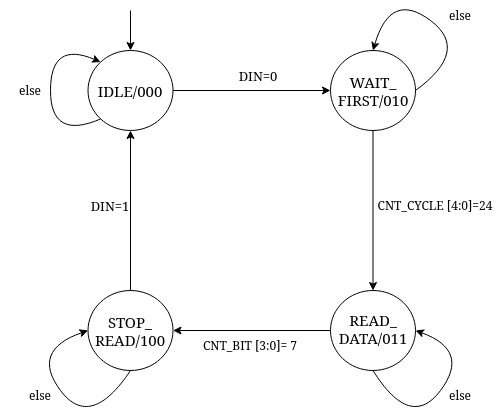
This is INC - Digital Systems Design/assets/fsm.png from lasjdhu/university-projects, a draw.io export, as it was before one commit. Source tidied: cells renumbered, new cells last; positions are measured from the earlier drawing's top-left corner, leaving out a move shared by most shapes.
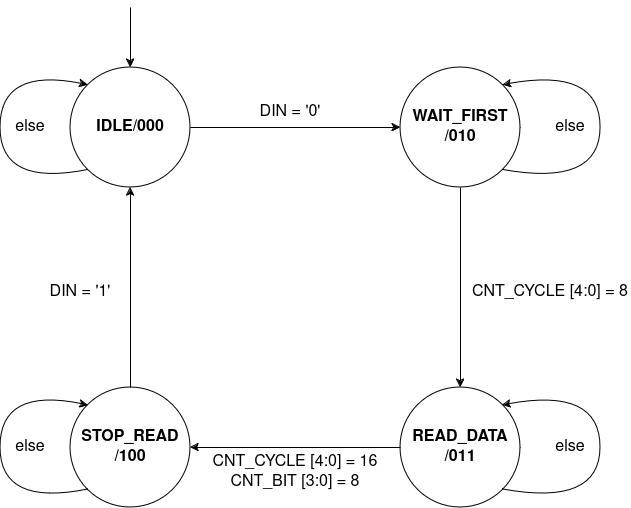
The same diagram one commit later.

Change to the diagram source:
```diff
@@ -1,104 +1,109 @@
-<mxGraphModel background="#ffffff">
+<mxGraphModel>
   <root>
     <mxCell id="0" />
     <mxCell id="1" parent="0" />
-    <mxCell id="2" style="ellipse;whiteSpace=wrap;html=1;" parent="1" vertex="1">
-      <mxGeometry x="87.5" y="60" width="85" height="80" as="geometry" />
-    </mxCell>
+    <mxCell id="27" style="ellipse;whiteSpace=wrap;html=1;" parent="1" vertex="1">
+      <mxGeometry x="80" y="40" width="120" height="120" as="geometry" />
+    </mxCell>
-    <mxCell id="3" value="&lt;font style=&quot;font-size: 15px;&quot;&gt;IDLE/000&lt;/font&gt;" style="text;html=1;strokeColor=none;fillColor=none;align=center;verticalAlign=middle;whiteSpace=wrap;rounded=0;" parent="1" vertex="1">
-      <mxGeometry x="100" y="85" width="60" height="30" as="geometry" />
+    <mxCell id="3" value="&lt;font style=&quot;font-size: 16px;&quot;&gt;&lt;b&gt;IDLE/000&lt;/b&gt;&lt;/font&gt;" style="text;html=1;align=center;verticalAlign=middle;whiteSpace=wrap;rounded=0;" parent="1" vertex="1">
+      <mxGeometry x="100" y="85" width="80" height="30" as="geometry" />
     </mxCell>
-    <mxCell id="4" style="endArrow=classic;html=1;rounded=0;entryX=0.5;entryY=0;entryDx=0;entryDy=0;" parent="1" edge="1" target="2">
-      <mxGeometry relative="1" as="geometry">
-        <mxPoint x="130" y="20" as="sourcePoint" />
-      </mxGeometry>
-    </mxCell>
-    <mxCell id="5" style="endArrow=classic;html=1;rounded=0;exitX=1;exitY=0.5;exitDx=0;exitDy=0;entryX=0;entryY=0.5;entryDx=0;entryDy=0;" parent="1" edge="1" source="2" target="7">
-      <mxGeometry relative="1" as="geometry" />
-    </mxCell>
-    <mxCell id="6" style="edgeStyle=orthogonalEdgeStyle;rounded=0;jettySize=auto;html=1;exitX=0.5;exitY=1;exitDx=0;exitDy=0;entryX=0.5;entryY=0;entryDx=0;entryDy=0;" parent="1" edge="1" source="7" target="11">
-      <mxGeometry relative="1" as="geometry" />
-    </mxCell>
-    <mxCell id="7" style="ellipse;whiteSpace=wrap;html=1;" parent="1" vertex="1">
-      <mxGeometry x="330" y="60" width="85" height="80" as="geometry" />
-    </mxCell>
-    <mxCell id="8" value="&lt;font style=&quot;font-size: 15px;&quot;&gt;WAIT_&lt;br&gt;&lt;/font&gt;&lt;div style=&quot;font-size: 15px;&quot;&gt;&lt;font style=&quot;font-size: 15px;&quot;&gt;FIRST/010&lt;/font&gt;&lt;/div&gt;" style="text;html=1;strokeColor=none;fillColor=none;align=center;verticalAlign=middle;whiteSpace=wrap;rounded=0;" parent="1" vertex="1">
-      <mxGeometry x="342.5" y="85" width="60" height="30" as="geometry" />
-    </mxCell>
-    <mxCell id="9" value="&lt;font style=&quot;font-size: 13px;&quot;&gt;DIN=0&lt;/font&gt;" style="text;html=1;strokeColor=none;fillColor=none;align=center;verticalAlign=middle;whiteSpace=wrap;rounded=0;" parent="1" vertex="1">
-      <mxGeometry x="172.5" y="70" width="170" height="30" as="geometry" />
-    </mxCell>
-    <mxCell id="10" style="edgeStyle=orthogonalEdgeStyle;rounded=0;jettySize=auto;html=1;exitX=0;exitY=0.5;exitDx=0;exitDy=0;entryX=1;entryY=0.5;entryDx=0;entryDy=0;" parent="1" edge="1" source="11" target="14">
-      <mxGeometry relative="1" as="geometry" />
-    </mxCell>
-    <mxCell id="11" style="ellipse;whiteSpace=wrap;html=1;" parent="1" vertex="1">
-      <mxGeometry x="330" y="300" width="85" height="80" as="geometry" />
-    </mxCell>
-    <mxCell id="12" value="&lt;div&gt;&lt;font style=&quot;font-size: 15px;&quot;&gt;READ_&lt;/font&gt;&lt;/div&gt;&lt;div&gt;&lt;font style=&quot;font-size: 15px;&quot;&gt;DATA/011&lt;/font&gt;&lt;/div&gt;" style="text;html=1;strokeColor=none;fillColor=none;align=center;verticalAlign=middle;whiteSpace=wrap;rounded=0;" parent="1" vertex="1">
-      <mxGeometry x="342.5" y="320" width="60" height="35" as="geometry" />
-    </mxCell>
-    <mxCell id="13" style="edgeStyle=orthogonalEdgeStyle;rounded=0;jettySize=auto;html=1;exitX=0.5;exitY=0;exitDx=0;exitDy=0;entryX=0.5;entryY=1;entryDx=0;entryDy=0;" parent="1" edge="1" source="14" target="2">
-      <mxGeometry relative="1" as="geometry" />
-    </mxCell>
-    <mxCell id="14" style="ellipse;whiteSpace=wrap;html=1;" parent="1" vertex="1">
-      <mxGeometry x="87.5" y="300" width="85" height="80" as="geometry" />
-    </mxCell>
-    <mxCell id="15" value="&lt;div&gt;&lt;font style=&quot;font-size: 15px;&quot;&gt;STOP_&lt;/font&gt;&lt;/div&gt;&lt;div&gt;&lt;font style=&quot;font-size: 15px;&quot;&gt;READ/100&lt;/font&gt;&lt;/div&gt;" style="text;html=1;strokeColor=none;fillColor=none;align=center;verticalAlign=middle;whiteSpace=wrap;rounded=0;" parent="1" vertex="1">
-      <mxGeometry x="100" y="325" width="60" height="30" as="geometry" />
-    </mxCell>
-    <mxCell id="16" value="&lt;font style=&quot;font-size: 13px;&quot;&gt;DIN=1&lt;/font&gt;" style="text;html=1;strokeColor=none;fillColor=none;align=center;verticalAlign=middle;whiteSpace=wrap;rounded=0;" parent="1" vertex="1">
-      <mxGeometry x="90" y="200" width="40" height="30" as="geometry" />
-    </mxCell>
-    <mxCell id="17" style="curved=1;endArrow=classic;html=1;rounded=0;exitX=1;exitY=0.5;exitDx=0;exitDy=0;entryX=0.5;entryY=0;entryDx=0;entryDy=0;" parent="1" edge="1" source="7" target="7">
-      <mxGeometry relative="1" as="geometry">
-        <Array as="points">
-          <mxPoint x="470" y="60" />
-          <mxPoint x="390" />
-        </Array>
-      </mxGeometry>
-    </mxCell>
-    <mxCell id="18" style="curved=1;endArrow=classic;html=1;rounded=0;exitX=0.5;exitY=1;exitDx=0;exitDy=0;entryX=1;entryY=0.5;entryDx=0;entryDy=0;" parent="1" edge="1" source="11" target="11">
-      <mxGeometry relative="1" as="geometry">
-        <Array as="points">
-          <mxPoint x="410" y="440" />
-          <mxPoint x="470" y="360" />
-        </Array>
-      </mxGeometry>
-    </mxCell>
-    <mxCell id="19" style="curved=1;endArrow=classic;html=1;rounded=0;exitX=0;exitY=1;exitDx=0;exitDy=0;entryX=0;entryY=0;entryDx=0;entryDy=0;" parent="1" edge="1" source="2" target="2">
-      <mxGeometry relative="1" as="geometry">
-        <Array as="points">
-          <mxPoint x="50" y="150" />
-          <mxPoint x="50" y="50" />
-        </Array>
-      </mxGeometry>
-    </mxCell>
-    <mxCell id="20" style="curved=1;endArrow=classic;html=1;rounded=0;entryX=0;entryY=0.5;entryDx=0;entryDy=0;" parent="1" edge="1" target="14">
-      <mxGeometry relative="1" as="geometry">
-        <mxPoint x="130" y="380" as="sourcePoint" />
-        <Array as="points">
-          <mxPoint x="90" y="440" />
-          <mxPoint x="30" y="360" />
-        </Array>
-      </mxGeometry>
-    </mxCell>
-    <mxCell id="21" value="else" style="text;html=1;strokeColor=none;fillColor=none;align=center;verticalAlign=middle;whiteSpace=wrap;rounded=0;" parent="1" vertex="1">
-      <mxGeometry y="85" width="60" height="30" as="geometry" />
-    </mxCell>
-    <mxCell id="22" value="else" style="text;html=1;strokeColor=none;fillColor=none;align=center;verticalAlign=middle;whiteSpace=wrap;rounded=0;" parent="1" vertex="1">
-      <mxGeometry x="10" y="390" width="60" height="30" as="geometry" />
-    </mxCell>
-    <mxCell id="23" value="else" style="text;html=1;strokeColor=none;fillColor=none;align=center;verticalAlign=middle;whiteSpace=wrap;rounded=0;" parent="1" vertex="1">
-      <mxGeometry x="430" y="390" width="60" height="30" as="geometry" />
-    </mxCell>
-    <mxCell id="24" value="else" style="text;html=1;strokeColor=none;fillColor=none;align=center;verticalAlign=middle;whiteSpace=wrap;rounded=0;" parent="1" vertex="1">
-      <mxGeometry x="430" y="10" width="60" height="30" as="geometry" />
-    </mxCell>
-    <mxCell id="25" value="CNT_CYCLE [4:0]=24" style="text;html=1;strokeColor=none;fillColor=none;align=center;verticalAlign=middle;whiteSpace=wrap;rounded=0;" parent="1" vertex="1">
-      <mxGeometry x="370" y="200" width="130" height="30" as="geometry" />
-    </mxCell>
-    <mxCell id="26" value="CNT_BIT [3:0]= 7" style="text;html=1;strokeColor=none;fillColor=none;align=center;verticalAlign=middle;whiteSpace=wrap;rounded=0;" parent="1" vertex="1">
-      <mxGeometry x="180" y="340" width="140" height="30" as="geometry" />
-    </mxCell>
+    <mxCell id="28" style="endArrow=classic;html=1;rounded=0;entryX=0.5;entryY=0;entryDx=0;entryDy=0;" parent="1" edge="1" target="27">
+      <mxGeometry relative="1" as="geometry">
+        <mxPoint x="140" y="-20" as="sourcePoint" />
+      </mxGeometry>
+    </mxCell>
+    <mxCell id="29" style="curved=1;endArrow=classic;html=1;rounded=0;exitX=0;exitY=1;exitDx=0;exitDy=0;entryX=0;entryY=0;entryDx=0;entryDy=0;" parent="1" edge="1" source="27" target="27">
+      <mxGeometry relative="1" as="geometry">
+        <Array as="points">
+          <mxPoint x="10" y="160" />
+          <mxPoint x="10" y="40" />
+        </Array>
+      </mxGeometry>
+    </mxCell>
+    <mxCell id="30" style="endArrow=classic;html=1;rounded=0;exitX=1;exitY=0.5;exitDx=0;exitDy=0;" parent="1" edge="1" source="27">
+      <mxGeometry relative="1" as="geometry">
+        <mxPoint x="410" y="100" as="targetPoint" />
+      </mxGeometry>
+    </mxCell>
+    <mxCell id="31" value="&lt;font style=&quot;font-size: 16px;&quot;&gt;DIN = '0'&lt;br&gt;&lt;/font&gt;" style="text;html=1;align=center;verticalAlign=middle;whiteSpace=wrap;rounded=0;" parent="1" vertex="1">
+      <mxGeometry x="260" y="70" width="80" height="30" as="geometry" />
+    </mxCell>
+    <mxCell id="32" style="ellipse;whiteSpace=wrap;html=1;" parent="1" vertex="1">
+      <mxGeometry x="410" y="40" width="120" height="120" as="geometry" />
+    </mxCell>
+    <mxCell id="33" value="&lt;div&gt;&lt;font style=&quot;font-size: 16px;&quot;&gt;&lt;b&gt;WAIT_FIRST&lt;/b&gt;&lt;/font&gt;&lt;/div&gt;&lt;div&gt;&lt;font style=&quot;font-size: 16px;&quot;&gt;&lt;b&gt;/010&lt;/b&gt;&lt;/font&gt;&lt;/div&gt;" style="text;html=1;align=center;verticalAlign=middle;whiteSpace=wrap;rounded=0;" parent="1" vertex="1">
+      <mxGeometry x="415" y="77.5" width="110" height="45" as="geometry" />
+    </mxCell>
+    <mxCell id="34" value="&lt;font style=&quot;font-size: 16px;&quot;&gt;else&lt;/font&gt;" style="text;html=1;align=center;verticalAlign=middle;whiteSpace=wrap;rounded=0;" parent="1" vertex="1">
+      <mxGeometry x="10" y="85" width="60" height="30" as="geometry" />
+    </mxCell>
+    <mxCell id="35" style="curved=1;endArrow=classic;html=1;rounded=0;exitX=1;exitY=1;exitDx=0;exitDy=0;entryX=1;entryY=0;entryDx=0;entryDy=0;" parent="1" edge="1" source="32" target="32">
+      <mxGeometry relative="1" as="geometry">
+        <Array as="points">
+          <mxPoint x="610" y="160" />
+          <mxPoint x="610" y="40" />
+        </Array>
+      </mxGeometry>
+    </mxCell>
+    <mxCell id="36" value="&lt;font style=&quot;font-size: 16px;&quot;&gt;else&lt;/font&gt;" style="text;html=1;align=center;verticalAlign=middle;whiteSpace=wrap;rounded=0;" parent="1" vertex="1">
+      <mxGeometry x="550" y="85" width="60" height="30" as="geometry" />
+    </mxCell>
+    <mxCell id="37" style="ellipse;whiteSpace=wrap;html=1;" parent="1" vertex="1">
+      <mxGeometry x="410" y="360" width="120" height="120" as="geometry" />
+    </mxCell>
+    <mxCell id="38" style="endArrow=classic;html=1;rounded=0;exitX=0.5;exitY=1;exitDx=0;exitDy=0;entryX=0.5;entryY=0;entryDx=0;entryDy=0;" parent="1" edge="1" source="32" target="37">
+      <mxGeometry relative="1" as="geometry" />
+    </mxCell>
+    <mxCell id="39" style="curved=1;endArrow=classic;html=1;rounded=0;exitX=1;exitY=1;exitDx=0;exitDy=0;entryX=1;entryY=0;entryDx=0;entryDy=0;" parent="1" edge="1">
+      <mxGeometry relative="1" as="geometry">
+        <mxPoint x="512" y="462" as="sourcePoint" />
+        <mxPoint x="512" y="378" as="targetPoint" />
+        <Array as="points">
+          <mxPoint x="610" y="480" />
+          <mxPoint x="610" y="360" />
+        </Array>
+      </mxGeometry>
+    </mxCell>
+    <mxCell id="40" value="&lt;font style=&quot;font-size: 16px;&quot;&gt;else&lt;/font&gt;" style="text;html=1;align=center;verticalAlign=middle;whiteSpace=wrap;rounded=0;" parent="1" vertex="1">
+      <mxGeometry x="550" y="405" width="60" height="30" as="geometry" />
+    </mxCell>
+    <mxCell id="41" value="&lt;font style=&quot;font-size: 16px;&quot;&gt;CNT_CYCLE [4:0] = 8&lt;br&gt;&lt;/font&gt;" style="text;html=1;align=center;verticalAlign=middle;whiteSpace=wrap;rounded=0;" parent="1" vertex="1">
+      <mxGeometry x="480" y="250" width="160" height="30" as="geometry" />
+    </mxCell>
+    <mxCell id="42" value="&lt;div style=&quot;font-size: 16px;&quot;&gt;&lt;font style=&quot;font-size: 16px;&quot;&gt;&lt;b&gt;READ_DATA&lt;/b&gt;&lt;/font&gt;&lt;/div&gt;&lt;div style=&quot;font-size: 16px;&quot;&gt;&lt;font style=&quot;font-size: 16px;&quot;&gt;&lt;b&gt;&lt;font style=&quot;font-size: 16px;&quot;&gt;/011&lt;/font&gt;&lt;br&gt;&lt;/b&gt;&lt;/font&gt;&lt;/div&gt;" style="text;html=1;align=center;verticalAlign=middle;whiteSpace=wrap;rounded=0;" parent="1" vertex="1">
+      <mxGeometry x="415" y="397.5" width="110" height="45" as="geometry" />
+    </mxCell>
+    <mxCell id="43" style="endArrow=classic;html=1;rounded=0;entryX=1;entryY=0.5;entryDx=0;entryDy=0;exitX=0;exitY=0.5;exitDx=0;exitDy=0;" parent="1" edge="1" source="37" target="44">
+      <mxGeometry relative="1" as="geometry" />
+    </mxCell>
+    <mxCell id="44" style="ellipse;whiteSpace=wrap;html=1;" parent="1" vertex="1">
+      <mxGeometry x="80" y="360" width="120" height="120" as="geometry" />
+    </mxCell>
+    <mxCell id="45" style="endArrow=classic;html=1;rounded=0;exitX=0.5;exitY=0;exitDx=0;exitDy=0;entryX=0.5;entryY=1;entryDx=0;entryDy=0;" parent="1" edge="1" source="44" target="27">
+      <mxGeometry relative="1" as="geometry" />
+    </mxCell>
+    <mxCell id="46" value="&lt;font style=&quot;font-size: 16px;&quot;&gt;CNT_CYCLE [4:0] = 16&lt;br&gt;CNT_BIT [3:0] = 8&lt;br&gt;&lt;/font&gt;" style="text;html=1;align=center;verticalAlign=middle;whiteSpace=wrap;rounded=0;" parent="1" vertex="1">
+      <mxGeometry x="220" y="430" width="170" height="30" as="geometry" />
+    </mxCell>
+    <mxCell id="47" value="&lt;div&gt;&lt;b&gt;&lt;font style=&quot;font-size: 16px;&quot;&gt;STOP_READ&lt;/font&gt;&lt;/b&gt;&lt;/div&gt;&lt;div&gt;&lt;b&gt;&lt;font style=&quot;font-size: 16px;&quot;&gt;/100&lt;/font&gt;&lt;/b&gt;&lt;/div&gt;" style="text;html=1;align=center;verticalAlign=middle;whiteSpace=wrap;rounded=0;" parent="1" vertex="1">
+      <mxGeometry x="85" y="397.5" width="110" height="45" as="geometry" />
+    </mxCell>
+    <mxCell id="48" style="curved=1;endArrow=classic;html=1;rounded=0;exitX=0;exitY=1;exitDx=0;exitDy=0;entryX=0;entryY=0;entryDx=0;entryDy=0;" parent="1" edge="1">
+      <mxGeometry relative="1" as="geometry">
+        <mxPoint x="98" y="462" as="sourcePoint" />
+        <mxPoint x="98" y="378" as="targetPoint" />
+        <Array as="points">
+          <mxPoint x="10" y="480" />
+          <mxPoint x="10" y="360" />
+        </Array>
+      </mxGeometry>
+    </mxCell>
+    <mxCell id="49" value="&lt;font style=&quot;font-size: 16px;&quot;&gt;else&lt;/font&gt;" style="text;html=1;align=center;verticalAlign=middle;whiteSpace=wrap;rounded=0;" parent="1" vertex="1">
+      <mxGeometry x="10" y="405" width="60" height="30" as="geometry" />
+    </mxCell>
+    <mxCell id="50" value="&lt;font style=&quot;font-size: 16px;&quot;&gt;DIN = '1'&lt;br&gt;&lt;/font&gt;" style="text;html=1;align=center;verticalAlign=middle;whiteSpace=wrap;rounded=0;" parent="1" vertex="1">
+      <mxGeometry x="50" y="250" width="80" height="30" as="geometry" />
+    </mxCell>
   </root>
 </mxGraphModel>
```
